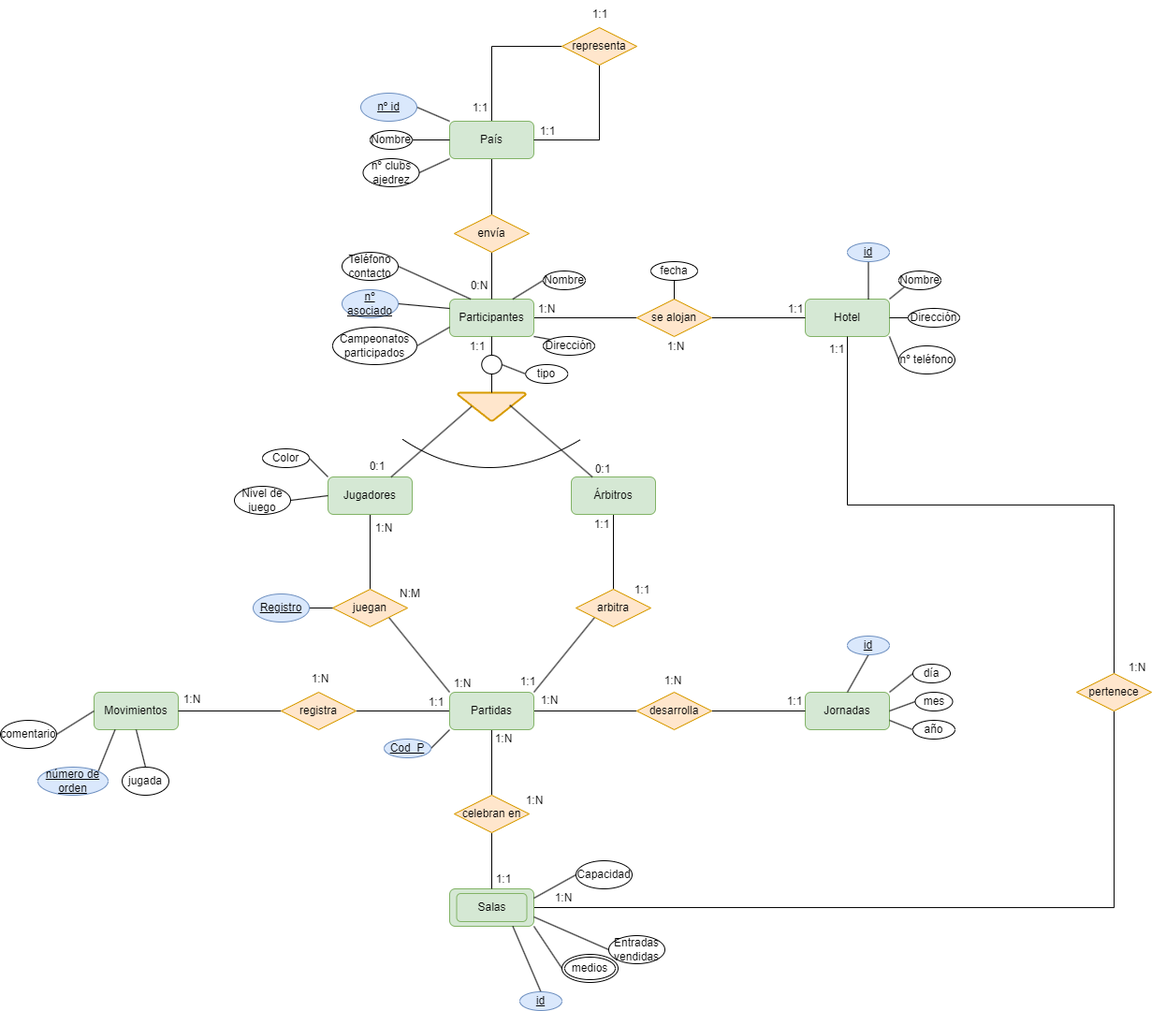
Earlier version of the draw.io export Unidad-1/Tareas/Tareas-evaluables/Tarea-evaluable-2/tarea-evaluable-2.drawio.png (LuisMGlez/base-datos). Source tidied: cells renumbered, new cells last; positions are measured from the earlier drawing's top-left corner, leaving out a move shared by most shapes.
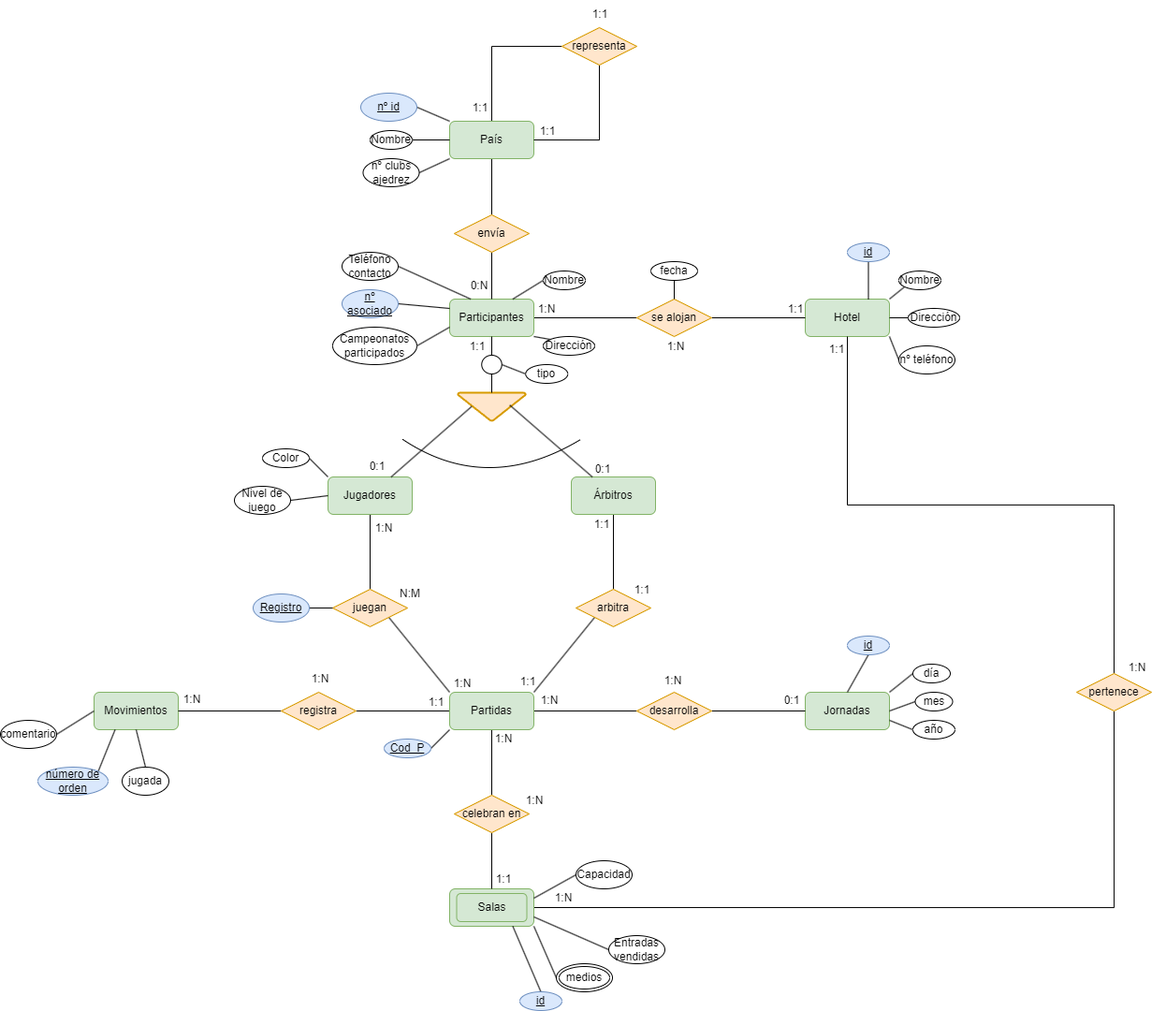
The same diagram one commit later.

Change to the diagram source:
```diff
@@ -285,7 +285,7 @@
       <mxGeometry relative="1" as="geometry" />
     </mxCell>
     <mxCell id="94" value="medios" style="ellipse;shape=doubleEllipse;margin=3;whiteSpace=wrap;html=1;align=center;" parent="1" vertex="1">
-      <mxGeometry x="600" y="1019" width="60" height="30" as="geometry" />
+      <mxGeometry x="594" y="1029" width="60" height="30" as="geometry" />
     </mxCell>
     <mxCell id="95" style="rounded=0;jettySize=auto;html=1;exitX=0.5;exitY=0;exitDx=0;exitDy=0;entryX=0.75;entryY=1;entryDx=0;entryDy=0;endArrow=none;endFill=0;" parent="1" edge="1" source="96" target="5">
       <mxGeometry relative="1" as="geometry" />
@@ -362,8 +362,8 @@
     <mxCell id="119" value="1:N" style="text;strokeColor=none;align=center;fillColor=none;html=1;verticalAlign=middle;whiteSpace=wrap;rounded=0;" parent="1" vertex="1">
       <mxGeometry x="557" y="733" width="60" height="30" as="geometry" />
     </mxCell>
-    <mxCell id="120" value="1:1" style="text;strokeColor=none;align=center;fillColor=none;html=1;verticalAlign=middle;whiteSpace=wrap;rounded=0;" parent="1" vertex="1">
-      <mxGeometry x="819" y="734" width="60" height="30" as="geometry" />
+    <mxCell id="120" value="0:1" style="text;strokeColor=none;align=center;fillColor=none;html=1;verticalAlign=middle;whiteSpace=wrap;rounded=0;" parent="1" vertex="1">
+      <mxGeometry x="816" y="733" width="60" height="30" as="geometry" />
     </mxCell>
     <mxCell id="121" value="1:N" style="text;strokeColor=none;align=center;fillColor=none;html=1;verticalAlign=middle;whiteSpace=wrap;rounded=0;" parent="1" vertex="1">
       <mxGeometry x="689" y="712" width="60" height="30" as="geometry" />
```
